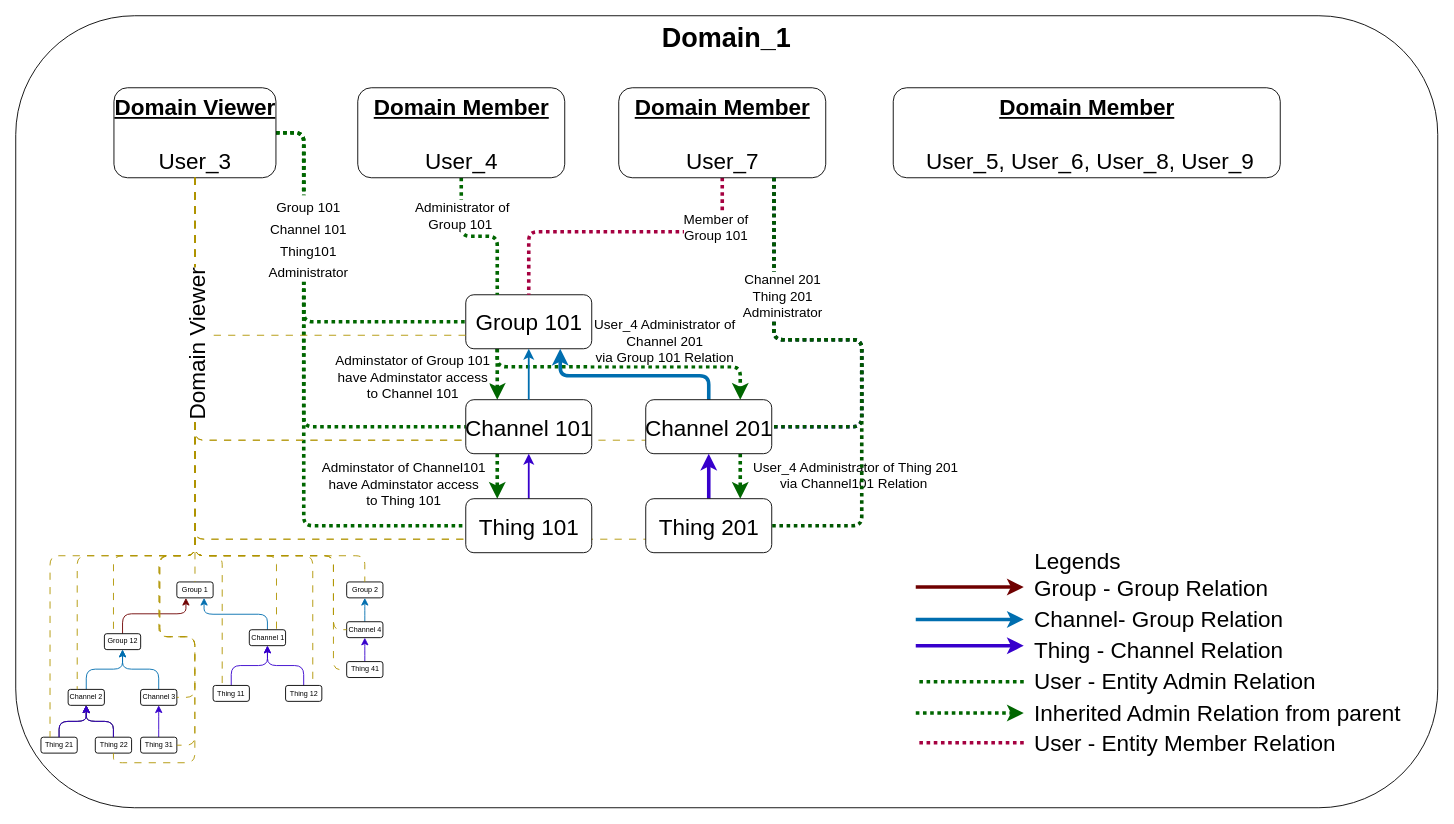
This is docs/diagrams/group_users_member_3.drawio from absmach/supermq-docs, a draw.io file, before an edit. Source tidied: cells renumbered, new cells numbered last; positions are measured from the earlier drawing's top-left corner, leaving out a move shared by most shapes. Both pictures are drawn from the tidied source at 90%, with x=0, y=0 at pixel (15, 15).
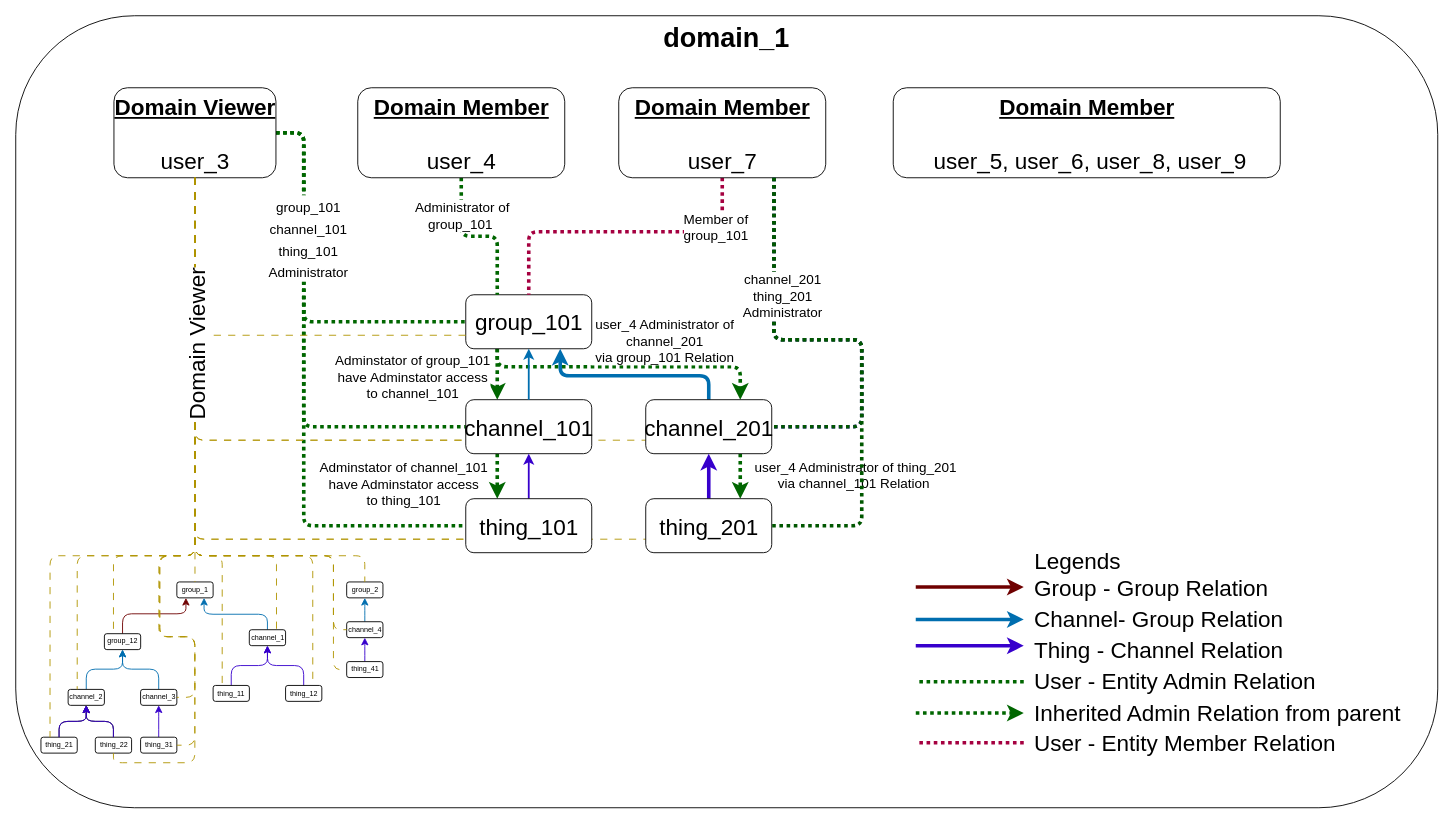
After the change.

Unchanged cells that the change refers to:
```xml
<mxCell id="8" style="group;fontSize=8;" parent="7" vertex="1">
  <mxGeometry x="28" y="607" width="380" height="230" as="geometry" />
</mxCell>
<mxCell id="44" style="edgeStyle=orthogonalEdgeStyle;html=1;entryX=0;entryY=0.5;entryDx=0;entryDy=0;dashed=1;dashPattern=1 1;strokeColor=#006600;strokeWidth=4;fontSize=20;endArrow=none;endFill=0;" parent="35" edge="1" source="48" target="93">
  <mxGeometry relative="1" as="geometry">
    <Array as="points">
      <mxPoint x="320" y="130" />
      <mxPoint x="320" y="567" />
    </Array>
  </mxGeometry>
</mxCell>
<mxCell id="59" style="edgeStyle=orthogonalEdgeStyle;html=1;exitX=0.25;exitY=1;exitDx=0;exitDy=0;entryX=0.25;entryY=0;entryDx=0;entryDy=0;dashed=1;dashPattern=1 1;strokeWidth=4;endArrow=classic;endFill=1;fillColor=#fa6800;strokeColor=#006600;" parent="35" edge="1" source="63" target="66">
  <mxGeometry relative="1" as="geometry" />
</mxCell>
<mxCell id="61" style="edgeStyle=orthogonalEdgeStyle;html=1;entryX=0.75;entryY=0;entryDx=0;entryDy=0;dashed=1;dashPattern=1 1;endArrow=classic;endFill=1;strokeWidth=4;strokeColor=#006600;exitX=0.25;exitY=1;exitDx=0;exitDy=0;" parent="35" edge="1" source="63" target="96">
  <mxGeometry relative="1" as="geometry">
    <Array as="points">
      <mxPoint x="535" y="390" />
      <mxPoint x="805" y="390" />
    </Array>
  </mxGeometry>
</mxCell>
<mxCell id="64" style="edgeStyle=orthogonalEdgeStyle;html=1;exitX=0.25;exitY=1;exitDx=0;exitDy=0;entryX=0.25;entryY=0;entryDx=0;entryDy=0;dashed=1;dashPattern=1 1;strokeWidth=4;endArrow=classic;endFill=1;fillColor=#fa6800;strokeColor=#006600;" parent="35" edge="1" source="66" target="93">
  <mxGeometry relative="1" as="geometry" />
</mxCell>
<mxCell id="67" style="edgeStyle=orthogonalEdgeStyle;html=1;entryX=0.25;entryY=0;entryDx=0;entryDy=0;dashed=1;dashPattern=1 1;strokeWidth=4;endArrow=none;endFill=0;fillColor=#fa6800;strokeColor=#006600;" parent="35" edge="1" source="69" target="63">
  <mxGeometry relative="1" as="geometry" />
</mxCell>
<mxCell id="70" style="edgeStyle=orthogonalEdgeStyle;html=1;dashed=1;dashPattern=1 1;strokeWidth=4;endArrow=none;endFill=0;fillColor=#d80073;strokeColor=#A50040;" parent="35" edge="1" source="72" target="63">
  <mxGeometry relative="1" as="geometry">
    <Array as="points">
      <mxPoint x="785" y="240" />
      <mxPoint x="570" y="240" />
    </Array>
  </mxGeometry>
</mxCell>
<mxCell id="73" style="edgeStyle=orthogonalEdgeStyle;html=1;exitX=0.75;exitY=1;exitDx=0;exitDy=0;entryX=0.75;entryY=0;entryDx=0;entryDy=0;dashed=1;dashPattern=1 1;endArrow=classic;endFill=1;strokeColor=#006600;strokeWidth=4;" parent="35" edge="1" source="96" target="98">
  <mxGeometry relative="1" as="geometry" />
</mxCell>
<mxCell id="101" style="edgeStyle=orthogonalEdgeStyle;html=1;exitX=0.75;exitY=1;exitDx=0;exitDy=0;entryX=1;entryY=0.5;entryDx=0;entryDy=0;strokeColor=#005700;endArrow=none;endFill=0;strokeWidth=4;dashed=1;dashPattern=1 1;fillColor=#008a00;" parent="91" edge="1">
  <mxGeometry relative="1" as="geometry">
    <mxPoint x="842.5" y="180" as="sourcePoint" />
    <mxPoint x="840" y="456.6" as="targetPoint" />
    <Array as="points">
      <mxPoint x="842" y="360" />
      <mxPoint x="940" y="360" />
      <mxPoint x="940" y="457" />
    </Array>
  </mxGeometry>
</mxCell>
```

What changed in the source:
```diff
@@
-    <mxCell id="6" value="&lt;font style=&quot;font-size: 30px;&quot;&gt;&lt;b style=&quot;&quot;&gt;Domain_1&lt;/b&gt;&lt;/font&gt;" style="rounded=1;whiteSpace=wrap;html=1;verticalAlign=top;fillColor=default;" parent="5" vertex="1">
+    <mxCell id="6" value="&lt;font style=&quot;font-size: 30px;&quot;&gt;&lt;b style=&quot;&quot;&gt;domain_1&lt;/b&gt;&lt;/font&gt;" style="rounded=1;whiteSpace=wrap;html=1;verticalAlign=top;fillColor=default;" parent="5" vertex="1">
       <mxGeometry width="1580" height="880" as="geometry" />
     </mxCell>
@@
-    <mxCell id="9" value="Group 1" style="rounded=1;html=1;fontSize=8;" parent="8" vertex="1">
+    <mxCell id="9" value="group_1" style="rounded=1;html=1;fontSize=8;" parent="8" vertex="1">
       <mxGeometry x="151" y="22.1" width="40.3" height="17.7" as="geometry" />
     </mxCell>
@@
-    <mxCell id="11" value="Group 12" style="rounded=1;whiteSpace=wrap;html=1;fontSize=8;" parent="8" vertex="1">
+    <mxCell id="11" value="group_12" style="rounded=1;whiteSpace=wrap;html=1;fontSize=8;" parent="8" vertex="1">
       <mxGeometry x="70.5" y="79.6" width="40.3" height="17.7" as="geometry" />
     </mxCell>
@@
-    <mxCell id="13" value="Channel 2" style="rounded=1;html=1;fontSize=8;" parent="8" vertex="1">
+    <mxCell id="13" value="channel_2" style="rounded=1;html=1;fontSize=8;" parent="8" vertex="1">
       <mxGeometry x="30.2" y="141.5" width="40.3" height="17.7" as="geometry" />
     </mxCell>
@@
-    <mxCell id="15" value="Channel 3" style="rounded=1;html=1;fontSize=8;" parent="8" vertex="1">
+    <mxCell id="15" value="channel_3" style="rounded=1;html=1;fontSize=8;" parent="8" vertex="1">
       <mxGeometry x="110.7" y="141.5" width="40.3" height="17.7" as="geometry" />
     </mxCell>
@@
-    <mxCell id="17" value="Channel 1" style="rounded=1;html=1;fontSize=8;" parent="8" vertex="1">
+    <mxCell id="17" value="channel_1" style="rounded=1;html=1;fontSize=8;" parent="8" vertex="1">
       <mxGeometry x="231.5" y="75.2" width="40.3" height="17.7" as="geometry" />
     </mxCell>
@@
-    <mxCell id="19" value="Thing 11" style="rounded=1;html=1;fontSize=8;" parent="8" vertex="1">
+    <mxCell id="19" value="thing_11" style="rounded=1;html=1;fontSize=8;" parent="8" vertex="1">
       <mxGeometry x="191.3" y="137.1" width="40.3" height="17.7" as="geometry" />
     </mxCell>
@@
-    <mxCell id="21" value="Thing 12" style="rounded=1;html=1;fontSize=8;" parent="8" vertex="1">
+    <mxCell id="21" value="thing_12" style="rounded=1;html=1;fontSize=8;" parent="8" vertex="1">
       <mxGeometry x="271.8" y="137.1" width="40.3" height="17.7" as="geometry" />
     </mxCell>
@@
-    <mxCell id="23" value="Thing 21" style="rounded=1;html=1;fontSize=8;" parent="8" vertex="1">
+    <mxCell id="23" value="thing_21" style="rounded=1;html=1;fontSize=8;" parent="8" vertex="1">
       <mxGeometry y="194.6" width="40.3" height="17.7" as="geometry" />
     </mxCell>
@@
-    <mxCell id="25" value="Thing 22" style="rounded=1;html=1;fontSize=8;" parent="8" vertex="1">
+    <mxCell id="25" value="thing_22" style="rounded=1;html=1;fontSize=8;" parent="8" vertex="1">
       <mxGeometry x="60.4" y="194.6" width="40.3" height="17.7" as="geometry" />
     </mxCell>
@@
-    <mxCell id="27" value="Thing 31" style="rounded=1;html=1;fontSize=8;" parent="8" vertex="1">
+    <mxCell id="27" value="thing_31" style="rounded=1;html=1;fontSize=8;" parent="8" vertex="1">
       <mxGeometry x="110.7" y="194.6" width="40.3" height="17.7" as="geometry" />
     </mxCell>
@@
-    <mxCell id="30" value="Group 2" style="rounded=1;html=1;fontSize=8;" parent="8" vertex="1">
+    <mxCell id="30" value="group_2" style="rounded=1;html=1;fontSize=8;" parent="8" vertex="1">
       <mxGeometry x="339.7" y="22.1" width="40.3" height="17.7" as="geometry" />
     </mxCell>
@@
-    <mxCell id="32" value="Channel 4" style="rounded=1;html=1;fontSize=8;" parent="8" vertex="1">
+    <mxCell id="32" value="channel_4" style="rounded=1;html=1;fontSize=8;" parent="8" vertex="1">
       <mxGeometry x="339.7" y="66.3" width="40.3" height="17.7" as="geometry" />
     </mxCell>
@@
-    <mxCell id="34" value="Thing 41" style="rounded=1;html=1;fontSize=8;" parent="8" vertex="1">
+    <mxCell id="34" value="thing_41" style="rounded=1;html=1;fontSize=8;" parent="8" vertex="1">
       <mxGeometry x="339.7" y="110.6" width="40.3" height="17.7" as="geometry" />
     </mxCell>
@@
-    <mxCell id="38" value="&lt;font style=&quot;font-size: 25px;&quot;&gt;&lt;b&gt;&lt;u&gt;Domain Member&lt;/u&gt;&lt;/b&gt;&lt;br&gt;&lt;br&gt;&amp;nbsp;User_5, User_6, User_8, User_9&lt;/font&gt;" style="rounded=1;html=1;fontSize=25;verticalAlign=top;" parent="35" vertex="1">
+    <mxCell id="38" value="&lt;font style=&quot;font-size: 25px;&quot;&gt;&lt;b&gt;&lt;u&gt;Domain Member&lt;/u&gt;&lt;/b&gt;&lt;br&gt;&lt;br&gt;&amp;nbsp;user_5, user_6, user_8, user_9&lt;/font&gt;" style="rounded=1;html=1;fontSize=25;verticalAlign=top;" parent="35" vertex="1">
       <mxGeometry x="975" y="80" width="430" height="100" as="geometry" />
     </mxCell>
@@
-    <mxCell id="45" value="&lt;font style=&quot;font-size: 15px;&quot;&gt;Group 101&lt;br&gt;Channel 101&lt;br&gt;Thing101&lt;br&gt;Administrator&lt;/font&gt;" style="edgeLabel;html=1;align=center;verticalAlign=middle;fontSize=20;" parent="44" vertex="1">
+    <mxCell id="45" value="&lt;font style=&quot;font-size: 15px;&quot;&gt;group_101&lt;br&gt;channel_101&lt;br&gt;thing_101&lt;br&gt;Administrator&lt;/font&gt;" style="edgeLabel;html=1;align=center;verticalAlign=middle;fontSize=20;" parent="44" vertex="1">
       <mxGeometry x="-0.53" y="4" relative="1" as="geometry">
         <mxPoint y="-5" as="offset" />
       </mxGeometry>
     </mxCell>
@@
-    <mxCell id="48" value="&lt;font style=&quot;font-size: 25px;&quot;&gt;&lt;b&gt;&lt;u&gt;Domain Viewer&lt;/u&gt;&lt;/b&gt;&lt;br&gt;&lt;br&gt;User_3&lt;/font&gt;" style="rounded=1;html=1;fontSize=25;verticalAlign=top;" parent="35" vertex="1">
+    <mxCell id="48" value="&lt;font style=&quot;font-size: 25px;&quot;&gt;&lt;b&gt;&lt;u&gt;Domain Viewer&lt;/u&gt;&lt;/b&gt;&lt;br&gt;&lt;br&gt;user_3&lt;/font&gt;" style="rounded=1;html=1;fontSize=25;verticalAlign=top;" parent="35" vertex="1">
       <mxGeometry x="109.1" y="80" width="180" height="100" as="geometry" />
     </mxCell>
@@
-    <mxCell id="60" value="Adminstator of Group 101 &lt;br&gt;have Adminstator access &lt;br&gt;to Channel 101" style="edgeLabel;html=1;align=center;verticalAlign=middle;fontSize=15;" parent="59" vertex="1">
+    <mxCell id="60" value="Adminstator of group_101 &lt;br&gt;have Adminstator access &lt;br&gt;to channel_101" style="edgeLabel;html=1;align=center;verticalAlign=middle;fontSize=15;" parent="59" vertex="1">
       <mxGeometry x="-0.13" relative="1" as="geometry">
         <mxPoint x="-95" y="5" as="offset" />
       </mxGeometry>
     </mxCell>
@@
-    <mxCell id="62" value="&lt;font style=&quot;font-size: 15px;&quot;&gt;&amp;nbsp;User_4 Administrator of&amp;nbsp;&lt;br&gt;&lt;/font&gt;&lt;span style=&quot;font-size: 15px;&quot;&gt;Channel 201&lt;br&gt;via Group 101 Relation&lt;/span&gt;" style="edgeLabel;html=1;align=center;verticalAlign=middle;" parent="61" vertex="1">
+    <mxCell id="62" value="&lt;font style=&quot;font-size: 15px;&quot;&gt;&amp;nbsp;user_4 Administrator of&amp;nbsp;&lt;br&gt;&lt;/font&gt;&lt;span style=&quot;font-size: 15px;&quot;&gt;channel_201&lt;br&gt;via group_101 Relation&lt;/span&gt;" style="edgeLabel;html=1;align=center;verticalAlign=middle;" parent="61" vertex="1">
       <mxGeometry x="-0.25" y="2" relative="1" as="geometry">
         <mxPoint x="83" y="-28" as="offset" />
       </mxGeometry>
     </mxCell>
-    <mxCell id="63" value="Group 101" style="rounded=1;html=1;fontSize=25;" parent="35" vertex="1">
+    <mxCell id="63" value="group_101" style="rounded=1;html=1;fontSize=25;" parent="35" vertex="1">
       <mxGeometry x="500" y="310" width="140" height="60" as="geometry" />
     </mxCell>
@@
-    <mxCell id="65" value="Adminstator of Channel101&lt;br&gt;have Adminstator access&lt;br&gt;to Thing 101" style="edgeLabel;html=1;align=center;verticalAlign=middle;fontSize=15;" parent="64" vertex="1">
+    <mxCell id="65" value="Adminstator of channel_101&lt;br&gt;have Adminstator access&lt;br&gt;to thing_101" style="edgeLabel;html=1;align=center;verticalAlign=middle;fontSize=15;" parent="64" vertex="1">
       <mxGeometry x="-0.19" y="-1" relative="1" as="geometry">
         <mxPoint x="-104" y="13" as="offset" />
       </mxGeometry>
     </mxCell>
-    <mxCell id="66" value="Channel 101" style="rounded=1;html=1;fontSize=25;" parent="35" vertex="1">
+    <mxCell id="66" value="channel_101" style="rounded=1;html=1;fontSize=25;" parent="35" vertex="1">
       <mxGeometry x="500" y="426.6" width="140" height="60" as="geometry" />
     </mxCell>
@@
-    <mxCell id="68" value="&lt;font style=&quot;font-size: 15px;&quot;&gt;&lt;font style=&quot;font-size: 15px;&quot;&gt;&amp;nbsp;Administrator of&amp;nbsp;&lt;br&gt;&lt;/font&gt;Group 101&amp;nbsp;&lt;/font&gt;" style="edgeLabel;html=1;align=center;verticalAlign=middle;" parent="67" vertex="1">
+    <mxCell id="68" value="&lt;font style=&quot;font-size: 15px;&quot;&gt;&lt;font style=&quot;font-size: 15px;&quot;&gt;&amp;nbsp;Administrator of&amp;nbsp;&lt;br&gt;&lt;/font&gt;group_101&amp;nbsp;&lt;/font&gt;" style="edgeLabel;html=1;align=center;verticalAlign=middle;" parent="67" vertex="1">
       <mxGeometry x="0.42" y="1" relative="1" as="geometry">
         <mxPoint x="-41" y="-40" as="offset" />
       </mxGeometry>
     </mxCell>
-    <mxCell id="69" value="&lt;font style=&quot;font-size: 25px;&quot;&gt;&lt;b&gt;&lt;u&gt;Domain Member&lt;/u&gt;&lt;/b&gt;&lt;br&gt;&lt;br&gt;User_4&lt;/font&gt;" style="rounded=1;html=1;fontSize=25;verticalAlign=top;" parent="35" vertex="1">
+    <mxCell id="69" value="&lt;font style=&quot;font-size: 25px;&quot;&gt;&lt;b&gt;&lt;u&gt;Domain Member&lt;/u&gt;&lt;/b&gt;&lt;br&gt;&lt;br&gt;user_4&lt;/font&gt;" style="rounded=1;html=1;fontSize=25;verticalAlign=top;" parent="35" vertex="1">
       <mxGeometry x="380" y="80" width="230" height="100" as="geometry" />
     </mxCell>
@@
-    <mxCell id="71" value="&lt;font style=&quot;font-size: 15px;&quot;&gt;Member of&amp;nbsp;&lt;br&gt;&lt;/font&gt;&lt;span style=&quot;font-size: 15px;&quot;&gt;Group 101&amp;nbsp;&lt;/span&gt;" style="edgeLabel;html=1;align=center;verticalAlign=middle;" parent="70" vertex="1">
+    <mxCell id="71" value="&lt;font style=&quot;font-size: 15px;&quot;&gt;Member of&amp;nbsp;&lt;br&gt;&lt;/font&gt;&lt;span style=&quot;font-size: 15px;&quot;&gt;group_101&amp;nbsp;&lt;/span&gt;" style="edgeLabel;html=1;align=center;verticalAlign=middle;" parent="70" vertex="1">
       <mxGeometry x="-0.62" y="-6" relative="1" as="geometry" />
     </mxCell>
-    <mxCell id="72" value="&lt;font style=&quot;font-size: 25px;&quot;&gt;&lt;b&gt;&lt;u&gt;Domain Member&lt;/u&gt;&lt;/b&gt;&lt;br&gt;&lt;br&gt;User_7&lt;/font&gt;" style="rounded=1;html=1;fontSize=25;verticalAlign=top;" parent="35" vertex="1">
+    <mxCell id="72" value="&lt;font style=&quot;font-size: 25px;&quot;&gt;&lt;b&gt;&lt;u&gt;Domain Member&lt;/u&gt;&lt;/b&gt;&lt;br&gt;&lt;br&gt;user_7&lt;/font&gt;" style="rounded=1;html=1;fontSize=25;verticalAlign=top;" parent="35" vertex="1">
       <mxGeometry x="670" y="80" width="230" height="100" as="geometry" />
     </mxCell>
@@
-    <mxCell id="74" value="&lt;font style=&quot;font-size: 15px;&quot;&gt;&amp;nbsp;User_4 Administrator of&amp;nbsp;&lt;/font&gt;&lt;span style=&quot;font-size: 15px;&quot;&gt;Thing 201&lt;br&gt;via Channel101 Relation&lt;/span&gt;" style="edgeLabel;html=1;align=center;verticalAlign=middle;" parent="73" vertex="1">
+    <mxCell id="74" value="&lt;font style=&quot;font-size: 15px;&quot;&gt;&amp;nbsp;user_4 Administrator of t&lt;/font&gt;&lt;span style=&quot;font-size: 15px;&quot;&gt;hing_201&lt;br&gt;via channel_101 Relation&lt;/span&gt;" style="edgeLabel;html=1;align=center;verticalAlign=middle;" parent="73" vertex="1">
       <mxGeometry x="-0.2" relative="1" as="geometry">
         <mxPoint x="125" y="3" as="offset" />
       </mxGeometry>
     </mxCell>
@@
-    <mxCell id="93" value="Thing 101" style="rounded=1;html=1;fontSize=25;" parent="91" vertex="1">
+    <mxCell id="93" value="thing_101" style="rounded=1;html=1;fontSize=25;" parent="91" vertex="1">
       <mxGeometry x="500" y="536.6" width="140" height="60" as="geometry" />
     </mxCell>
@@
-    <mxCell id="96" value="Channel 201" style="rounded=1;html=1;fontSize=25;" parent="91" vertex="1">
+    <mxCell id="96" value="channel_201" style="rounded=1;html=1;fontSize=25;" parent="91" vertex="1">
       <mxGeometry x="700" y="426.6" width="140" height="60" as="geometry" />
     </mxCell>
@@
-    <mxCell id="98" value="Thing 201" style="rounded=1;html=1;fontSize=25;" parent="91" vertex="1">
+    <mxCell id="98" value="thing_201" style="rounded=1;html=1;fontSize=25;" parent="91" vertex="1">
       <mxGeometry x="700" y="536.6" width="140" height="60" as="geometry" />
     </mxCell>
@@
-    <mxCell id="102" value="&lt;font style=&quot;font-size: 15px;&quot;&gt;Channel 201&lt;br&gt;Thing 201 &lt;br&gt;Administrator&lt;/font&gt;" style="edgeLabel;html=1;align=center;verticalAlign=middle;" parent="101" vertex="1">
+    <mxCell id="102" value="&lt;font style=&quot;font-size: 15px;&quot;&gt;channel_201&lt;br&gt;thing_201 &lt;br&gt;Administrator&lt;/font&gt;" style="edgeLabel;html=1;align=center;verticalAlign=middle;" parent="101" vertex="1">
       <mxGeometry x="-0.15" y="-2" relative="1" as="geometry">
         <mxPoint x="-12" y="-52" as="offset" />
       </mxGeometry>
     </mxCell>
```
